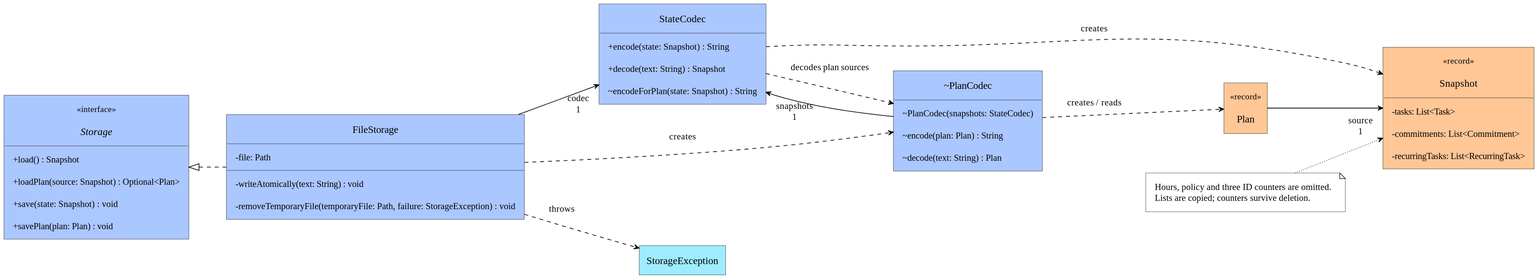
Before: docs/images/ernest-storage-classes.svg, a diagram exported from PlantUML (AY2627S1-CS2113-T10-1/tp).
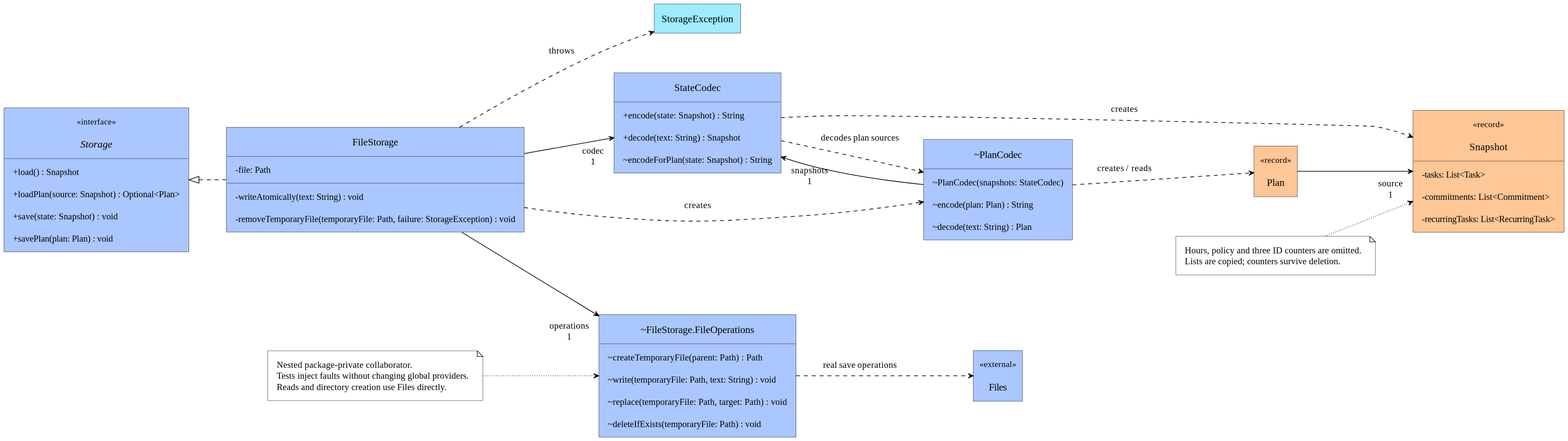
After the commit.

Commit message:
Exercise storage failure boundaries

Diff of the diagram source:
```diff
@@ -14,6 +14,13 @@
     - writeAtomically(text: String) : void
     - removeTemporaryFile(temporaryFile: Path, failure: StorageException) : void
 }
+class "~FileStorage.FileOperations" as FileOperations PERSISTENCE {
+    ~ createTemporaryFile(parent: Path) : Path
+    ~ write(temporaryFile: Path, text: String) : void
+    ~ replace(temporaryFile: Path, target: Path) : void
+    ~ deleteIfExists(temporaryFile: Path) : void
+}
+class Files <<external>> PERSISTENCE
 class StateCodec PERSISTENCE {
     + encode(state: Snapshot) : String
     + decode(text: String) : Snapshot
@@ -34,6 +41,8 @@
 
 Storage <|.. FileStorage
 FileStorage --> "codec\n1" StateCodec
+FileStorage --> "operations\n1" FileOperations
+FileOperations ..> Files : real save operations
 FileStorage ..> PlanCodec : creates
 PlanCodec --> "snapshots\n1" StateCodec
 StateCodec ..> PlanCodec : decodes plan sources
@@ -47,4 +56,10 @@
   Lists are copied; counters survive deletion.
 end note
 SnapshotNote -[dotted]-> Snapshot
+note as OperationsNote
+  Nested package-private collaborator.
+  Tests inject faults without changing global providers.
+  Reads and directory creation use Files directly.
+end note
+OperationsNote -[dotted]-> FileOperations
 @enduml
```
